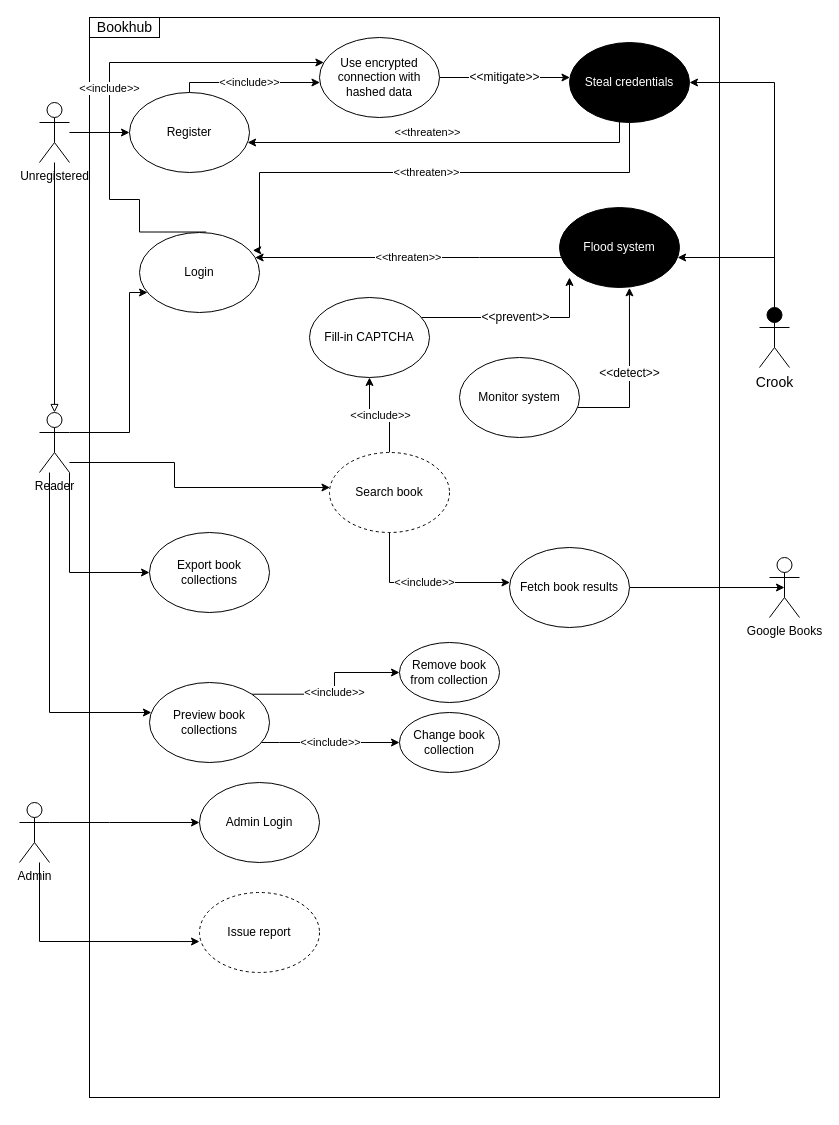
The draw.io diagram page "project-misuse-case" (3 of 3) of project/hss-project-use-cases.drawio in ivanchuchulski/highly-secure-software, before the edit. Source tidied: cells renumbered, new cells numbered last; positions are measured from the earlier drawing's top-left corner, leaving out a move shared by most shapes. Both pictures are drawn from the tidied source at 100%, with x=0, y=0 at pixel (19, 17).
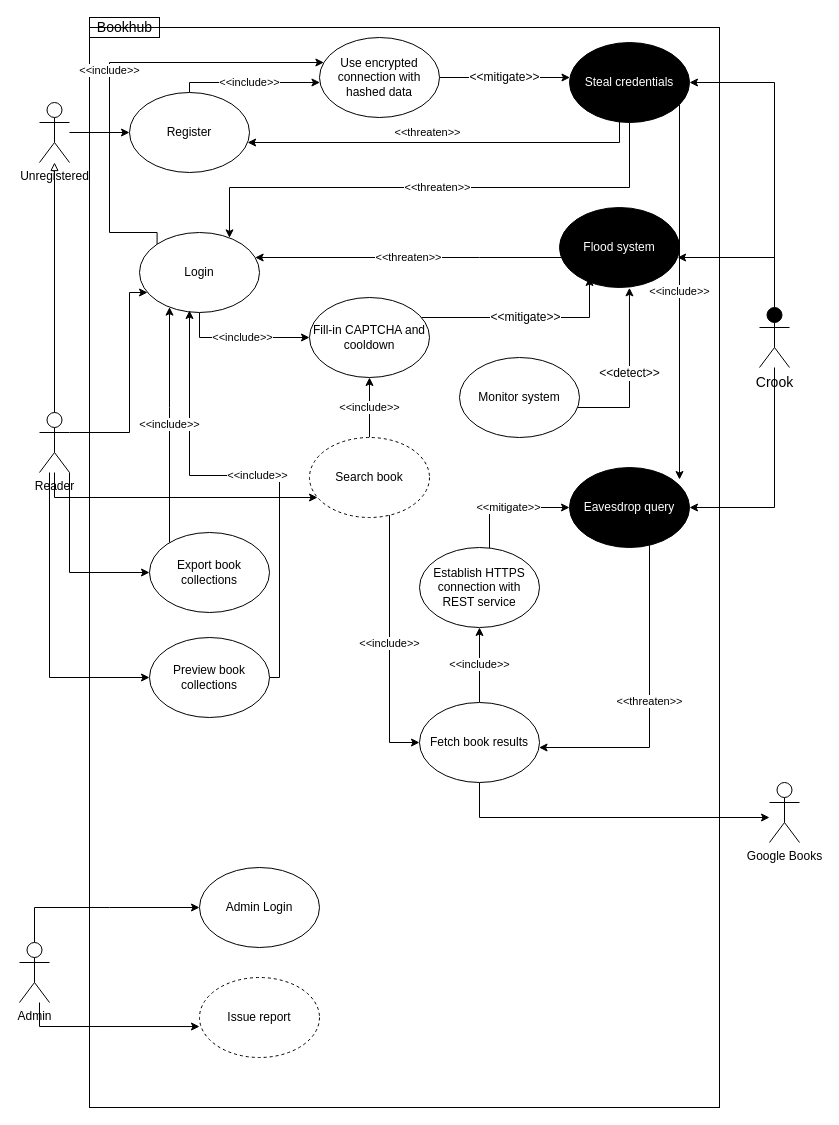
Above is the later version.

Unchanged cells that the change refers to:
```xml
<mxCell id="11" value="Reader" style="shape=umlActor;verticalLabelPosition=bottom;verticalAlign=top;html=1;outlineConnect=0;" parent="1" vertex="1">
  <mxGeometry x="20" y="395" width="30" height="60" as="geometry" />
</mxCell>
<mxCell id="18" value="Login" style="ellipse;whiteSpace=wrap;html=1;" parent="1" vertex="1">
  <mxGeometry x="120" y="215" width="120" height="80" as="geometry" />
</mxCell>
<mxCell id="23" value="Export book collections" style="ellipse;whiteSpace=wrap;html=1;" parent="1" vertex="1">
  <mxGeometry x="130" y="515" width="120" height="80" as="geometry" />
</mxCell>
<mxCell id="29" value="Unregistered" style="shape=umlActor;verticalLabelPosition=bottom;verticalAlign=top;html=1;outlineConnect=0;" parent="1" vertex="1">
  <mxGeometry x="20" y="85" width="30" height="60" as="geometry" />
</mxCell>
<mxCell id="35" value="Crook" style="shape=umlActor;verticalLabelPosition=bottom;verticalAlign=top;html=1;fontSize=14;strokeColor=default;fillColor=#000000;" parent="1" vertex="1">
  <mxGeometry x="740" y="290" width="30" height="60" as="geometry" />
</mxCell>
<mxCell id="38" value="Steal credentials" style="ellipse;whiteSpace=wrap;html=1;fontColor=#FFFFFF;fillColor=#000000;" parent="1" vertex="1">
  <mxGeometry x="550" y="25" width="120" height="80" as="geometry" />
</mxCell>
<mxCell id="40" value="Use encrypted connection with hashed data" style="ellipse;whiteSpace=wrap;html=1;strokeColor=default;" parent="1" vertex="1">
  <mxGeometry x="300" y="20" width="120" height="80" as="geometry" />
</mxCell>
```

Diff of the diagram source:
```diff
@@
     <mxCell id="2" style="rounded=0;whiteSpace=wrap;html=1;strokeColor=default;" parent="1" vertex="1">
-      <mxGeometry x="70" width="630" height="1080" as="geometry" />
+      <mxGeometry x="70" y="10" width="630" height="1080" as="geometry" />
     </mxCell>
     <mxCell id="3" style="edgeStyle=orthogonalEdgeStyle;rounded=0;jettySize=auto;html=1;startArrow=classic;startFill=1;endArrow=none;endFill=0;" parent="1" edge="1" source="5" target="11">
       <mxGeometry relative="1" as="geometry">
         <Array as="points">
-          <mxPoint x="155" y="470" />
-          <mxPoint x="155" y="445" />
+          <mxPoint x="35" y="480" />
         </Array>
       </mxGeometry>
     </mxCell>
@@
     <mxCell id="5" value="Search book" style="ellipse;whiteSpace=wrap;html=1;dashed=1;" parent="1" vertex="1">
-      <mxGeometry x="310" y="435" width="120" height="80" as="geometry" />
+      <mxGeometry x="290" y="420" width="120" height="80" as="geometry" />
     </mxCell>
     <mxCell id="6" style="edgeStyle=orthogonalEdgeStyle;rounded=0;jettySize=auto;html=1;entryX=0;entryY=0.5;entryDx=0;entryDy=0;endArrow=classic;endFill=1;" parent="1" edge="1" source="8" target="10">
       <mxGeometry relative="1" as="geometry">
         <Array as="points">
-          <mxPoint x="90" y="805" />
-          <mxPoint x="90" y="805" />
+          <mxPoint x="90" y="890" />
+          <mxPoint x="90" y="890" />
         </Array>
       </mxGeometry>
     </mxCell>
     <mxCell id="7" style="edgeStyle=orthogonalEdgeStyle;rounded=0;jettySize=auto;html=1;entryX=0;entryY=0.613;entryDx=0;entryDy=0;entryPerimeter=0;endArrow=classic;endFill=1;" parent="1" edge="1" source="8" target="9">
       <mxGeometry relative="1" as="geometry">
         <Array as="points">
-          <mxPoint x="20" y="924" />
+          <mxPoint x="20" y="1009" />
         </Array>
       </mxGeometry>
     </mxCell>
     <mxCell id="8" value="Admin" style="shape=umlActor;verticalLabelPosition=bottom;verticalAlign=top;html=1;outlineConnect=0;" parent="1" vertex="1">
-      <mxGeometry y="785" width="30" height="60" as="geometry" />
+      <mxGeometry y="925" width="30" height="60" as="geometry" />
     </mxCell>
     <mxCell id="9" value="Issue report" style="ellipse;whiteSpace=wrap;html=1;dashed=1;" parent="1" vertex="1">
-      <mxGeometry x="180" y="875" width="120" height="80" as="geometry" />
+      <mxGeometry x="180" y="960" width="120" height="80" as="geometry" />
     </mxCell>
     <mxCell id="10" value="Admin Login" style="ellipse;whiteSpace=wrap;html=1;" parent="1" vertex="1">
-      <mxGeometry x="180" y="765" width="120" height="80" as="geometry" />
+      <mxGeometry x="180" y="850" width="120" height="80" as="geometry" />
     </mxCell>
@@
     <mxCell id="12" value="Google Books" style="shape=umlActor;verticalLabelPosition=bottom;verticalAlign=top;html=1;outlineConnect=0;" parent="1" vertex="1">
-      <mxGeometry x="750" y="540" width="30" height="60" as="geometry" />
+      <mxGeometry x="750" y="765" width="30" height="60" as="geometry" />
     </mxCell>
@@
-    <mxCell id="17" value="&amp;lt;&amp;lt;include&amp;gt;&amp;gt;" style="edgeStyle=orthogonalEdgeStyle;rounded=0;jettySize=auto;html=1;startArrow=classic;startFill=1;endArrow=none;endFill=0;entryX=0.556;entryY=-0.006;entryDx=0;entryDy=0;entryPerimeter=0;" parent="1" edge="1" source="40" target="18">
+    <mxCell id="17" value="&amp;lt;&amp;lt;include&amp;gt;&amp;gt;" style="edgeStyle=orthogonalEdgeStyle;rounded=0;jettySize=auto;html=1;startArrow=classic;startFill=1;endArrow=none;endFill=0;entryX=0;entryY=0;entryDx=0;entryDy=0;" parent="1" edge="1" source="40" target="18">
       <mxGeometry relative="1" as="geometry">
         <Array as="points">
           <mxPoint x="90" y="45" />
-          <mxPoint x="90" y="182" />
-          <mxPoint x="120" y="182" />
-          <mxPoint x="120" y="215" />
+          <mxPoint x="90" y="215" />
+          <mxPoint x="138" y="215" />
         </Array>
       </mxGeometry>
     </mxCell>
+    <mxCell id="47" value="&amp;lt;&amp;lt;include&amp;gt;&amp;gt;" style="edgeStyle=orthogonalEdgeStyle;rounded=0;jettySize=auto;html=1;" parent="1" edge="1" source="18" target="44">
+      <mxGeometry relative="1" as="geometry">
+        <Array as="points">
+          <mxPoint x="180" y="320" />
+        </Array>
+      </mxGeometry>
+    </mxCell>
@@
     <mxCell id="19" style="edgeStyle=orthogonalEdgeStyle;rounded=0;jettySize=auto;html=1;startArrow=classic;startFill=1;endArrow=none;endFill=0;" parent="1" edge="1" source="21" target="11">
       <mxGeometry relative="1" as="geometry">
         <Array as="points">
-          <mxPoint x="30" y="695" />
+          <mxPoint x="30" y="660" />
         </Array>
       </mxGeometry>
     </mxCell>
-    <mxCell id="20" value="&amp;lt;&amp;lt;include&amp;gt;&amp;gt;" style="edgeStyle=orthogonalEdgeStyle;rounded=0;jettySize=auto;html=1;startArrow=classic;startFill=1;endArrow=none;endFill=0;entryX=1;entryY=0;entryDx=0;entryDy=0;" parent="1" edge="1" source="32" target="21">
-      <mxGeometry relative="1" as="geometry" />
-    </mxCell>
+    <mxCell id="48" value="&amp;lt;&amp;lt;include&amp;gt;&amp;gt;" style="edgeStyle=orthogonalEdgeStyle;rounded=0;jettySize=auto;html=1;" parent="1" edge="1" source="21">
+      <mxGeometry relative="1" as="geometry">
+        <mxPoint x="170" y="293" as="targetPoint" />
+        <Array as="points">
+          <mxPoint x="260" y="660" />
+          <mxPoint x="260" y="458" />
+          <mxPoint x="170" y="458" />
+        </Array>
+      </mxGeometry>
+    </mxCell>
     <mxCell id="21" value="Preview book collections" style="ellipse;whiteSpace=wrap;html=1;" parent="1" vertex="1">
-      <mxGeometry x="130" y="665" width="120" height="80" as="geometry" />
+      <mxGeometry x="130" y="620" width="120" height="80" as="geometry" />
     </mxCell>
@@
+    <mxCell id="49" value="&amp;lt;&amp;lt;include&amp;gt;&amp;gt;" style="edgeStyle=orthogonalEdgeStyle;rounded=0;jettySize=auto;html=1;" parent="1" edge="1" source="23" target="18">
+      <mxGeometry relative="1" as="geometry">
+        <Array as="points">
+          <mxPoint x="150" y="390" />
+          <mxPoint x="150" y="390" />
+        </Array>
+      </mxGeometry>
+    </mxCell>
@@
     <mxCell id="24" value="&amp;lt;&amp;lt;include&amp;gt;&amp;gt;" style="edgeStyle=orthogonalEdgeStyle;rounded=0;jettySize=auto;html=1;startArrow=classic;startFill=1;endArrow=none;endFill=0;" parent="1" edge="1" source="26" target="5">
       <mxGeometry relative="1" as="geometry">
         <Array as="points">
-          <mxPoint x="410" y="565" />
-          <mxPoint x="410" y="565" />
+          <mxPoint x="370" y="725" />
         </Array>
       </mxGeometry>
     </mxCell>
-    <mxCell id="25" style="edgeStyle=orthogonalEdgeStyle;rounded=0;jettySize=auto;html=1;startArrow=classic;startFill=1;endArrow=none;endFill=0;exitX=0.5;exitY=0.5;exitDx=0;exitDy=0;exitPerimeter=0;" parent="1" edge="1" source="12" target="26">
-      <mxGeometry relative="1" as="geometry" />
+    <mxCell id="25" style="edgeStyle=orthogonalEdgeStyle;rounded=0;jettySize=auto;html=1;startArrow=classic;startFill=1;endArrow=none;endFill=0;" parent="1" edge="1" source="12" target="26">
+      <mxGeometry relative="1" as="geometry">
+        <Array as="points">
+          <mxPoint x="460" y="800" />
+        </Array>
+      </mxGeometry>
     </mxCell>
+    <mxCell id="50" value="&amp;lt;&amp;lt;include&amp;gt;&amp;gt;" style="edgeStyle=orthogonalEdgeStyle;rounded=0;jettySize=auto;html=1;" parent="1" edge="1" source="26" target="56">
+      <mxGeometry relative="1" as="geometry" />
+    </mxCell>
     <mxCell id="26" value="Fetch book results" style="ellipse;whiteSpace=wrap;html=1;" parent="1" vertex="1">
-      <mxGeometry x="490" y="530" width="120" height="80" as="geometry" />
+      <mxGeometry x="400" y="685" width="120" height="80" as="geometry" />
     </mxCell>
@@
-    <mxCell id="28" style="edgeStyle=orthogonalEdgeStyle;rounded=0;jettySize=auto;html=1;startArrow=block;startFill=0;endArrow=none;endFill=0;exitX=0.5;exitY=0;exitDx=0;exitDy=0;exitPerimeter=0;" parent="1" edge="1" source="11" target="29">
+    <mxCell id="28" style="edgeStyle=orthogonalEdgeStyle;rounded=0;jettySize=auto;html=1;startArrow=block;startFill=0;endArrow=none;endFill=0;entryX=0.5;entryY=0;entryDx=0;entryDy=0;entryPerimeter=0;" parent="1" edge="1" source="29" target="11">
       <mxGeometry relative="1" as="geometry" />
     </mxCell>
@@
-    <mxCell id="30" value="&amp;lt;&amp;lt;include&amp;gt;&amp;gt;" style="edgeStyle=orthogonalEdgeStyle;rounded=0;jettySize=auto;html=1;startArrow=classic;startFill=1;endArrow=none;endFill=0;" parent="1" edge="1" source="31" target="21">
-      <mxGeometry relative="1" as="geometry">
-        <Array as="points">
-          <mxPoint x="260" y="725" />
-          <mxPoint x="260" y="725" />
-        </Array>
-      </mxGeometry>
-    </mxCell>
-    <mxCell id="31" value="Change book collection" style="ellipse;whiteSpace=wrap;html=1;" parent="1" vertex="1">
-      <mxGeometry x="380" y="695" width="100" height="60" as="geometry" />
-    </mxCell>
-    <mxCell id="32" value="Remove book from collection" style="ellipse;whiteSpace=wrap;html=1;" parent="1" vertex="1">
-      <mxGeometry x="380" y="625" width="100" height="60" as="geometry" />
-    </mxCell>
@@
+    <mxCell id="51" style="edgeStyle=orthogonalEdgeStyle;rounded=0;jettySize=auto;html=1;" parent="1" edge="1" source="35" target="54">
+      <mxGeometry relative="1" as="geometry">
+        <Array as="points">
+          <mxPoint x="755" y="490" />
+        </Array>
+      </mxGeometry>
+    </mxCell>
@@
-    <mxCell id="37" value="&amp;lt;&amp;lt;threaten&amp;gt;&amp;gt;" style="edgeStyle=orthogonalEdgeStyle;rounded=0;jettySize=auto;html=1;startArrow=classic;startFill=1;endArrow=none;endFill=0;exitX=0.944;exitY=0.223;exitDx=0;exitDy=0;exitPerimeter=0;" parent="1" edge="1" source="18" target="38">
+    <mxCell id="37" value="&amp;lt;&amp;lt;threaten&amp;gt;&amp;gt;" style="edgeStyle=orthogonalEdgeStyle;rounded=0;jettySize=auto;html=1;startArrow=classic;startFill=1;endArrow=none;endFill=0;" parent="1" edge="1" source="18" target="38">
       <mxGeometry relative="1" as="geometry">
         <Array as="points">
-          <mxPoint x="240" y="233" />
-          <mxPoint x="240" y="155" />
-          <mxPoint x="610" y="155" />
+          <mxPoint x="210" y="170" />
+          <mxPoint x="610" y="170" />
         </Array>
       </mxGeometry>
     </mxCell>
+    <mxCell id="52" value="&amp;lt;&amp;lt;include&amp;gt;&amp;gt;" style="edgeStyle=orthogonalEdgeStyle;rounded=0;jettySize=auto;html=1;" parent="1" edge="1" source="38">
+      <mxGeometry relative="1" as="geometry">
+        <mxPoint x="660" y="462" as="targetPoint" />
+        <Array as="points">
+          <mxPoint x="660" y="462" />
+        </Array>
+      </mxGeometry>
+    </mxCell>
@@
-    <mxCell id="43" value="&amp;lt;&amp;lt;prevent&amp;gt;&amp;gt;" style="edgeStyle=orthogonalEdgeStyle;rounded=0;jettySize=auto;html=1;fontSize=12;fontColor=default;endArrow=classic;endFill=1;" parent="1" edge="1" source="44">
+    <mxCell id="43" value="&amp;lt;&amp;lt;mitigate&amp;gt;&amp;gt;" style="edgeStyle=orthogonalEdgeStyle;rounded=0;jettySize=auto;html=1;fontSize=12;fontColor=default;endArrow=classic;endFill=1;" parent="1" edge="1" source="44">
       <mxGeometry relative="1" as="geometry">
-        <mxPoint x="550" y="260" as="targetPoint" />
+        <mxPoint x="570" y="260" as="targetPoint" />
         <Array as="points">
-          <mxPoint x="550" y="300" />
+          <mxPoint x="570" y="300" />
+          <mxPoint x="570" y="260" />
         </Array>
       </mxGeometry>
     </mxCell>
-    <mxCell id="44" value="Fill-in CAPTCHA" style="ellipse;whiteSpace=wrap;html=1;" parent="1" vertex="1">
+    <mxCell id="44" value="Fill-in CAPTCHA and cooldown" style="ellipse;whiteSpace=wrap;html=1;" parent="1" vertex="1">
       <mxGeometry x="290" y="280" width="120" height="80" as="geometry" />
     </mxCell>
@@
+    <mxCell id="53" value="&amp;lt;&amp;lt;threaten&amp;gt;&amp;gt;" style="edgeStyle=orthogonalEdgeStyle;rounded=0;jettySize=auto;html=1;" parent="1" edge="1" source="54" target="26">
+      <mxGeometry relative="1" as="geometry">
+        <Array as="points">
+          <mxPoint x="630" y="730" />
+        </Array>
+      </mxGeometry>
+    </mxCell>
+    <mxCell id="54" value="Eavesdrop query" style="ellipse;whiteSpace=wrap;html=1;fontColor=#FFFFFF;fillColor=#000000;" parent="1" vertex="1">
+      <mxGeometry x="550" y="450" width="120" height="80" as="geometry" />
+    </mxCell>
+    <mxCell id="55" value="&amp;lt;&amp;lt;mitigate&amp;gt;&amp;gt;" style="edgeStyle=orthogonalEdgeStyle;rounded=0;jettySize=auto;html=1;" parent="1" edge="1" source="56" target="54">
+      <mxGeometry relative="1" as="geometry">
+        <Array as="points">
+          <mxPoint x="470" y="490" />
+        </Array>
+      </mxGeometry>
+    </mxCell>
+    <mxCell id="56" value="Establish HTTPS connection with REST service" style="ellipse;whiteSpace=wrap;html=1;" parent="1" vertex="1">
+      <mxGeometry x="400" y="530" width="120" height="80" as="geometry" />
+    </mxCell>
```
